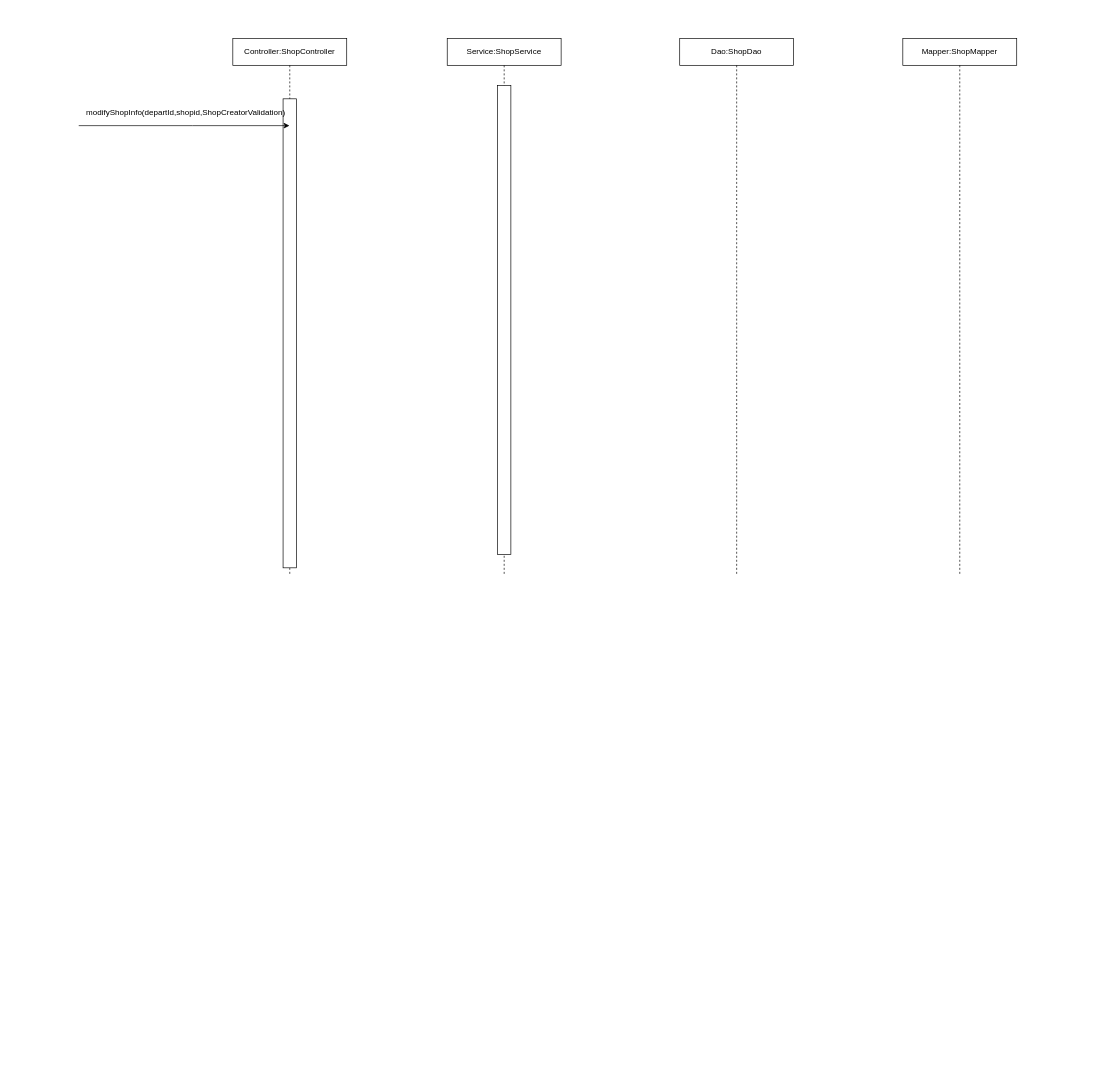
Earlier version of the draw.io diagram OOAD小组作业/shop.drawio (app1echip/grams). Source tidied: cells renumbered, new cells numbered last; positions are measured from the earlier drawing's top-left corner, leaving out a move shared by most shapes. Both pictures are drawn from the tidied source at 67%, with x=0, y=0 at pixel (78, 38).
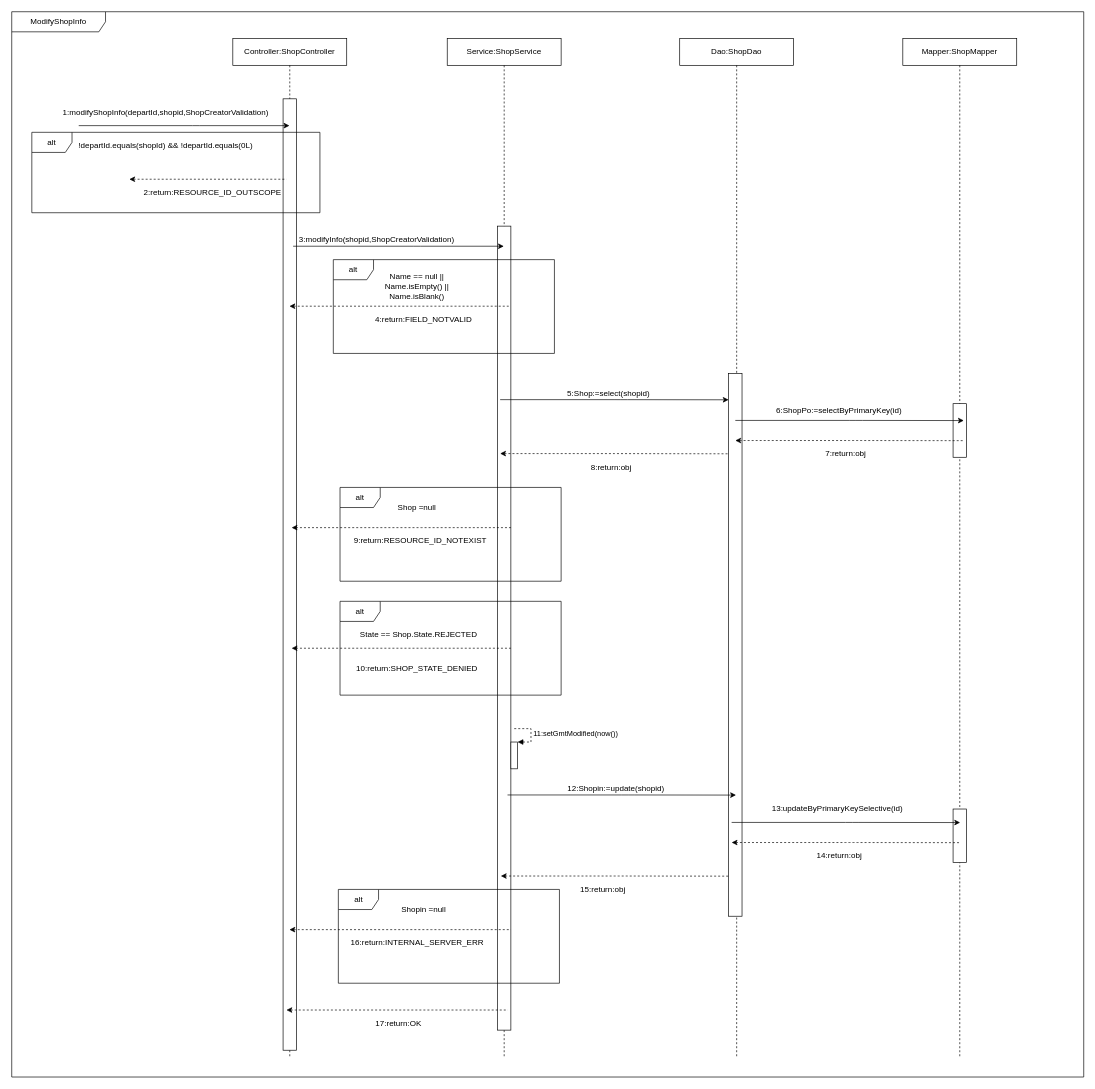
After the change.

The edit, as a diff of the source:
```diff
@@
     <mxCell id="2" value="Controller:ShopController" style="shape=umlLifeline;perimeter=lifelinePerimeter;whiteSpace=wrap;html=1;outlineConnect=0;" parent="1" vertex="1">
-      <mxGeometry x="230" width="170" height="800" as="geometry" />
+      <mxGeometry x="230" width="170" height="1520" as="geometry" />
     </mxCell>
     <mxCell id="3" style="rounded=0;whiteSpace=wrap;html=1;" parent="2" vertex="1">
-      <mxGeometry x="75" y="90" width="20" height="700" as="geometry" />
+      <mxGeometry x="75" y="90" width="20" height="1420" as="geometry" />
     </mxCell>
     <mxCell id="4" value="Service:ShopService" style="shape=umlLifeline;perimeter=lifelinePerimeter;whiteSpace=wrap;html=1;" parent="1" vertex="1">
-      <mxGeometry x="550" width="170" height="800" as="geometry" />
+      <mxGeometry x="550" width="170" height="1520" as="geometry" />
     </mxCell>
     <mxCell id="5" value="Dao:ShopDao" style="shape=umlLifeline;perimeter=lifelinePerimeter;whiteSpace=wrap;html=1;" parent="1" vertex="1">
-      <mxGeometry x="897" width="170" height="800" as="geometry" />
+      <mxGeometry x="897" width="170" height="1520" as="geometry" />
     </mxCell>
     <mxCell id="6" value="Mapper:ShopMapper" style="shape=umlLifeline;perimeter=lifelinePerimeter;whiteSpace=wrap;html=1;" parent="1" vertex="1">
-      <mxGeometry x="1230" width="170" height="800" as="geometry" />
+      <mxGeometry x="1230" width="170" height="1520" as="geometry" />
     </mxCell>
+    <mxCell id="10" style="rounded=0;whiteSpace=wrap;html=1;" parent="6" vertex="1">
+      <mxGeometry x="75" y="545" width="20" height="80" as="geometry" />
+    </mxCell>
+    <mxCell id="11" style="rounded=0;whiteSpace=wrap;html=1;" parent="6" vertex="1">
+      <mxGeometry x="75" y="1150" width="20" height="80" as="geometry" />
+    </mxCell>
     <mxCell id="7" style="rounded=0;whiteSpace=wrap;html=1;" parent="1" vertex="1">
-      <mxGeometry x="625" y="70" width="20" height="700" as="geometry" />
+      <mxGeometry x="625" y="280" width="20" height="1200" as="geometry" />
     </mxCell>
-    <mxCell id="8" value="modifyShopInfo(departId,shopid,ShopCreatorValidation)" style="text;html=1;strokeColor=none;fillColor=none;align=center;verticalAlign=middle;whiteSpace=wrap;rounded=0;" parent="1" vertex="1">
-      <mxGeometry x="140" y="100" width="40" height="20" as="geometry" />
+    <mxCell id="8" value="1:modifyShopInfo(departId,shopid,ShopCreatorValidation)" style="text;html=1;strokeColor=none;fillColor=none;align=center;verticalAlign=middle;whiteSpace=wrap;rounded=0;" parent="1" vertex="1">
+      <mxGeometry x="-50" y="100" width="360" height="20" as="geometry" />
     </mxCell>
@@
+    <mxCell id="12" style="endArrow=none;html=1;dashed=1;startArrow=classic;startFill=1;endFill=0;" parent="1" edge="1">
+      <mxGeometry relative="1" as="geometry">
+        <mxPoint x="75.5" y="210" as="sourcePoint" />
+        <mxPoint x="310" y="210" as="targetPoint" />
+        <Array as="points">
+          <mxPoint x="175.5" y="210" />
+        </Array>
+      </mxGeometry>
+    </mxCell>
+    <mxCell id="13" value="2:return:RESOURCE_ID_OUTSCOPE" style="text;html=1;strokeColor=none;fillColor=none;align=center;verticalAlign=middle;whiteSpace=wrap;rounded=0;" parent="1" vertex="1">
+      <mxGeometry x="90" y="220" width="220" height="20" as="geometry" />
+    </mxCell>
+    <mxCell id="14" value="alt" style="shape=umlFrame;whiteSpace=wrap;html=1;" parent="1" vertex="1">
+      <mxGeometry x="-70" y="140" width="430" height="120" as="geometry" />
+    </mxCell>
+    <mxCell id="15" value="!departId.equals(shopId) &amp;amp;&amp;amp; !departId.equals(0L)" style="text;html=1;strokeColor=none;fillColor=none;align=center;verticalAlign=middle;whiteSpace=wrap;rounded=0;" parent="1" vertex="1">
+      <mxGeometry x="-25" y="150" width="310" height="20" as="geometry" />
+    </mxCell>
+    <mxCell id="16" style="endArrow=classic;html=1;" parent="1" edge="1">
+      <mxGeometry relative="1" as="geometry">
+        <mxPoint x="320" y="310" as="sourcePoint" />
+        <mxPoint x="634.5" y="310" as="targetPoint" />
+        <Array as="points">
+          <mxPoint x="500" y="310" />
+        </Array>
+      </mxGeometry>
+    </mxCell>
+    <mxCell id="17" value="3:modifyInfo(shopid,ShopCreatorValidation)" style="text;html=1;strokeColor=none;fillColor=none;align=center;verticalAlign=middle;whiteSpace=wrap;rounded=0;" parent="1" vertex="1">
+      <mxGeometry x="340" y="290" width="210" height="20" as="geometry" />
+    </mxCell>
+    <mxCell id="18" style="endArrow=none;html=1;dashed=1;startArrow=classic;startFill=1;endFill=0;" parent="1" edge="1" source="2">
+      <mxGeometry relative="1" as="geometry">
+        <mxPoint x="641.8" y="399.5" as="targetPoint" />
+        <Array as="points">
+          <mxPoint x="507.2" y="399.5" />
+        </Array>
+      </mxGeometry>
+    </mxCell>
+    <mxCell id="19" value="4:return:FIELD_NOTVALID" style="text;html=1;strokeColor=none;fillColor=none;align=center;verticalAlign=middle;whiteSpace=wrap;rounded=0;" parent="1" vertex="1">
+      <mxGeometry x="405" y="410" width="220" height="20" as="geometry" />
+    </mxCell>
+    <mxCell id="20" value="&lt;div&gt;Name == null || &lt;br&gt;&lt;/div&gt;&lt;div&gt;Name.isEmpty() || &lt;br&gt;&lt;/div&gt;&lt;div&gt;Name.isBlank()&lt;/div&gt;" style="text;html=1;strokeColor=none;fillColor=none;align=center;verticalAlign=middle;whiteSpace=wrap;rounded=0;" parent="1" vertex="1">
+      <mxGeometry x="385" y="360" width="240" height="20" as="geometry" />
+    </mxCell>
+    <mxCell id="21" value="alt" style="shape=umlFrame;whiteSpace=wrap;html=1;" parent="1" vertex="1">
+      <mxGeometry x="380" y="330" width="330" height="140" as="geometry" />
+    </mxCell>
+    <mxCell id="22" style="rounded=0;whiteSpace=wrap;html=1;" parent="1" vertex="1">
+      <mxGeometry x="970" y="500" width="20" height="810" as="geometry" />
+    </mxCell>
+    <mxCell id="23" style="endArrow=classic;html=1;entryX=0.05;entryY=0.135;entryDx=0;entryDy=0;entryPerimeter=0;" parent="1" edge="1">
+      <mxGeometry relative="1" as="geometry">
+        <mxPoint x="629" y="539" as="sourcePoint" />
+        <mxPoint x="970" y="539.2" as="targetPoint" />
+        <Array as="points">
+          <mxPoint x="809" y="539" />
+        </Array>
+      </mxGeometry>
+    </mxCell>
+    <mxCell id="24" value="5:Shop:=select(shopid)" style="text;html=1;strokeColor=none;fillColor=none;align=center;verticalAlign=middle;whiteSpace=wrap;rounded=0;" parent="1" vertex="1">
+      <mxGeometry x="686" y="520" width="210" height="20" as="geometry" />
+    </mxCell>
+    <mxCell id="25" style="endArrow=classic;html=1;entryX=0.05;entryY=0.135;entryDx=0;entryDy=0;entryPerimeter=0;" parent="1" edge="1">
+      <mxGeometry relative="1" as="geometry">
+        <mxPoint x="980" y="570" as="sourcePoint" />
+        <mxPoint x="1321" y="570.2" as="targetPoint" />
+        <Array as="points">
+          <mxPoint x="1160" y="570" />
+        </Array>
+      </mxGeometry>
+    </mxCell>
+    <mxCell id="26" value="6:ShopPo:=selectByPrimaryKey(id)" style="text;html=1;strokeColor=none;fillColor=none;align=center;verticalAlign=middle;whiteSpace=wrap;rounded=0;" parent="1" vertex="1">
+      <mxGeometry x="1030" y="545" width="210" height="20" as="geometry" />
+    </mxCell>
+    <mxCell id="27" style="endArrow=none;html=1;entryX=0.05;entryY=0.135;entryDx=0;entryDy=0;entryPerimeter=0;dashed=1;startArrow=classic;startFill=1;endFill=0;" parent="1" edge="1">
+      <mxGeometry relative="1" as="geometry">
+        <mxPoint x="980" y="600" as="sourcePoint" />
+        <mxPoint x="1321" y="600.2" as="targetPoint" />
+        <Array as="points">
+          <mxPoint x="1160" y="600" />
+        </Array>
+      </mxGeometry>
+    </mxCell>
+    <mxCell id="28" value="7:return:obj" style="text;html=1;strokeColor=none;fillColor=none;align=center;verticalAlign=middle;whiteSpace=wrap;rounded=0;" parent="1" vertex="1">
+      <mxGeometry x="1040" y="610" width="210" height="20" as="geometry" />
+    </mxCell>
+    <mxCell id="29" style="endArrow=none;html=1;entryX=0.05;entryY=0.135;entryDx=0;entryDy=0;entryPerimeter=0;dashed=1;startArrow=classic;startFill=1;endFill=0;" parent="1" edge="1">
+      <mxGeometry relative="1" as="geometry">
+        <mxPoint x="629" y="619.5" as="sourcePoint" />
+        <mxPoint x="970" y="619.8" as="targetPoint" />
+        <Array as="points">
+          <mxPoint x="809" y="619.5" />
+        </Array>
+      </mxGeometry>
+    </mxCell>
+    <mxCell id="30" value="8:return:obj" style="text;html=1;strokeColor=none;fillColor=none;align=center;verticalAlign=middle;whiteSpace=wrap;rounded=0;" parent="1" vertex="1">
+      <mxGeometry x="690" y="630" width="210" height="20" as="geometry" />
+    </mxCell>
+    <mxCell id="31" style="endArrow=none;html=1;dashed=1;startArrow=classic;startFill=1;endFill=0;" parent="1" edge="1">
+      <mxGeometry relative="1" as="geometry">
+        <mxPoint x="317.8" y="730" as="sourcePoint" />
+        <mxPoint x="645" y="730" as="targetPoint" />
+        <Array as="points">
+          <mxPoint x="510.5" y="730" />
+        </Array>
+      </mxGeometry>
+    </mxCell>
+    <mxCell id="32" value="9:return:RESOURCE_ID_NOTEXIST" style="text;html=1;strokeColor=none;fillColor=none;align=center;verticalAlign=middle;whiteSpace=wrap;rounded=0;" parent="1" vertex="1">
+      <mxGeometry x="405" y="740" width="210" height="20" as="geometry" />
+    </mxCell>
+    <mxCell id="33" value="alt" style="shape=umlFrame;whiteSpace=wrap;html=1;" parent="1" vertex="1">
+      <mxGeometry x="390" y="670" width="330" height="140" as="geometry" />
+    </mxCell>
+    <mxCell id="34" value="Shop =null" style="text;html=1;strokeColor=none;fillColor=none;align=center;verticalAlign=middle;whiteSpace=wrap;rounded=0;" parent="1" vertex="1">
+      <mxGeometry x="465" y="690" width="80" height="20" as="geometry" />
+    </mxCell>
+    <mxCell id="35" style="endArrow=none;html=1;dashed=1;startArrow=classic;startFill=1;endFill=0;" parent="1" edge="1">
+      <mxGeometry relative="1" as="geometry">
+        <mxPoint x="317.8" y="910" as="sourcePoint" />
+        <mxPoint x="645" y="910" as="targetPoint" />
+        <Array as="points">
+          <mxPoint x="510.5" y="910" />
+        </Array>
+      </mxGeometry>
+    </mxCell>
+    <mxCell id="36" value="10:return:SHOP_STATE_DENIED" style="text;html=1;strokeColor=none;fillColor=none;align=center;verticalAlign=middle;whiteSpace=wrap;rounded=0;" parent="1" vertex="1">
+      <mxGeometry x="400" y="930" width="210" height="20" as="geometry" />
+    </mxCell>
+    <mxCell id="37" value="State == Shop.State.REJECTED" style="text;html=1;strokeColor=none;fillColor=none;align=center;verticalAlign=middle;whiteSpace=wrap;rounded=0;" parent="1" vertex="1">
+      <mxGeometry x="400" y="880" width="215" height="20" as="geometry" />
+    </mxCell>
+    <mxCell id="38" value="alt" style="shape=umlFrame;whiteSpace=wrap;html=1;" parent="1" vertex="1">
+      <mxGeometry x="390" y="840" width="330" height="140" as="geometry" />
+    </mxCell>
+    <mxCell id="39" style="html=1;points=[];perimeter=orthogonalPerimeter;" parent="1" vertex="1">
+      <mxGeometry x="645" y="1050" width="10" height="40" as="geometry" />
+    </mxCell>
+    <mxCell id="40" value="11:setGmtModified(now())" style="edgeStyle=orthogonalEdgeStyle;html=1;align=left;spacingLeft=2;endArrow=block;rounded=0;entryX=1;entryY=0;dashed=1;" parent="1" edge="1" target="39">
+      <mxGeometry relative="1" as="geometry">
+        <mxPoint x="650" y="1030" as="sourcePoint" />
+        <Array as="points">
+          <mxPoint x="675" y="1030" />
+        </Array>
+      </mxGeometry>
+    </mxCell>
+    <mxCell id="41" style="endArrow=classic;html=1;entryX=0.05;entryY=0.135;entryDx=0;entryDy=0;entryPerimeter=0;" parent="1" edge="1">
+      <mxGeometry relative="1" as="geometry">
+        <mxPoint x="640" y="1129" as="sourcePoint" />
+        <mxPoint x="981" y="1129.2" as="targetPoint" />
+        <Array as="points">
+          <mxPoint x="820" y="1129" />
+        </Array>
+      </mxGeometry>
+    </mxCell>
+    <mxCell id="42" value="12:Shopin:=update(shopid)" style="text;html=1;strokeColor=none;fillColor=none;align=center;verticalAlign=middle;whiteSpace=wrap;rounded=0;" parent="1" vertex="1">
+      <mxGeometry x="697" y="1110" width="210" height="20" as="geometry" />
+    </mxCell>
+    <mxCell id="43" value="13:updateByPrimaryKeySelective(id)" style="text;html=1;strokeColor=none;fillColor=none;align=center;verticalAlign=middle;whiteSpace=wrap;rounded=0;" parent="1" vertex="1">
+      <mxGeometry x="1015" y="1140" width="235" height="20" as="geometry" />
+    </mxCell>
+    <mxCell id="44" style="endArrow=classic;html=1;entryX=0.05;entryY=0.135;entryDx=0;entryDy=0;entryPerimeter=0;" parent="1" edge="1">
+      <mxGeometry relative="1" as="geometry">
+        <mxPoint x="974.5" y="1170" as="sourcePoint" />
+        <mxPoint x="1315.5" y="1170.2" as="targetPoint" />
+        <Array as="points">
+          <mxPoint x="1154.5" y="1170" />
+        </Array>
+      </mxGeometry>
+    </mxCell>
+    <mxCell id="45" style="endArrow=none;html=1;entryX=0.05;entryY=0.135;entryDx=0;entryDy=0;entryPerimeter=0;dashed=1;startArrow=classic;startFill=1;endFill=0;" parent="1" edge="1">
+      <mxGeometry relative="1" as="geometry">
+        <mxPoint x="974.5" y="1200" as="sourcePoint" />
+        <mxPoint x="1315.5" y="1200.2" as="targetPoint" />
+        <Array as="points">
+          <mxPoint x="1154.5" y="1200" />
+        </Array>
+      </mxGeometry>
+    </mxCell>
+    <mxCell id="46" value="14:return:obj" style="text;html=1;strokeColor=none;fillColor=none;align=center;verticalAlign=middle;whiteSpace=wrap;rounded=0;" parent="1" vertex="1">
+      <mxGeometry x="1017.5" y="1210" width="235" height="20" as="geometry" />
+    </mxCell>
+    <mxCell id="47" style="endArrow=none;html=1;entryX=0.05;entryY=0.135;entryDx=0;entryDy=0;entryPerimeter=0;dashed=1;startArrow=classic;startFill=1;endFill=0;" parent="1" edge="1">
+      <mxGeometry relative="1" as="geometry">
+        <mxPoint x="630" y="1250" as="sourcePoint" />
+        <mxPoint x="971" y="1250.2" as="targetPoint" />
+        <Array as="points">
+          <mxPoint x="810" y="1250" />
+        </Array>
+      </mxGeometry>
+    </mxCell>
+    <mxCell id="48" value="15:return:obj" style="text;html=1;strokeColor=none;fillColor=none;align=center;verticalAlign=middle;whiteSpace=wrap;rounded=0;" parent="1" vertex="1">
+      <mxGeometry x="665" y="1260" width="235" height="20" as="geometry" />
+    </mxCell>
+    <mxCell id="49" style="endArrow=none;html=1;dashed=1;startArrow=classic;startFill=1;endFill=0;" parent="1" edge="1" source="2">
+      <mxGeometry relative="1" as="geometry">
+        <mxPoint x="645" y="1330" as="targetPoint" />
+        <Array as="points">
+          <mxPoint x="529.5" y="1330" />
+        </Array>
+      </mxGeometry>
+    </mxCell>
+    <mxCell id="50" value="16:return:INTERNAL_SERVER_ERR" style="text;html=1;strokeColor=none;fillColor=none;align=center;verticalAlign=middle;whiteSpace=wrap;rounded=0;" parent="1" vertex="1">
+      <mxGeometry x="387.5" y="1340" width="235" height="20" as="geometry" />
+    </mxCell>
+    <mxCell id="51" value="Shopin =null" style="text;html=1;strokeColor=none;fillColor=none;align=center;verticalAlign=middle;whiteSpace=wrap;rounded=0;" parent="1" vertex="1">
+      <mxGeometry x="475" y="1290" width="80" height="20" as="geometry" />
+    </mxCell>
+    <mxCell id="52" value="alt" style="shape=umlFrame;whiteSpace=wrap;html=1;" parent="1" vertex="1">
+      <mxGeometry x="387.5" y="1270" width="330" height="140" as="geometry" />
+    </mxCell>
+    <mxCell id="53" style="endArrow=none;html=1;dashed=1;startArrow=classic;startFill=1;endFill=0;" parent="1" edge="1">
+      <mxGeometry relative="1" as="geometry">
+        <mxPoint x="310" y="1450" as="sourcePoint" />
+        <mxPoint x="640.5" y="1450" as="targetPoint" />
+        <Array as="points">
+          <mxPoint x="525" y="1450" />
+        </Array>
+      </mxGeometry>
+    </mxCell>
+    <mxCell id="54" value="17:return:OK" style="text;html=1;strokeColor=none;fillColor=none;align=center;verticalAlign=middle;whiteSpace=wrap;rounded=0;" parent="1" vertex="1">
+      <mxGeometry x="360" y="1460" width="235" height="20" as="geometry" />
+    </mxCell>
+    <mxCell id="55" value="ModifyShopInfo" style="shape=umlFrame;whiteSpace=wrap;html=1;width=140;height=30;" parent="1" vertex="1">
+      <mxGeometry x="-100" y="-40" width="1600" height="1590" as="geometry" />
+    </mxCell>
```
